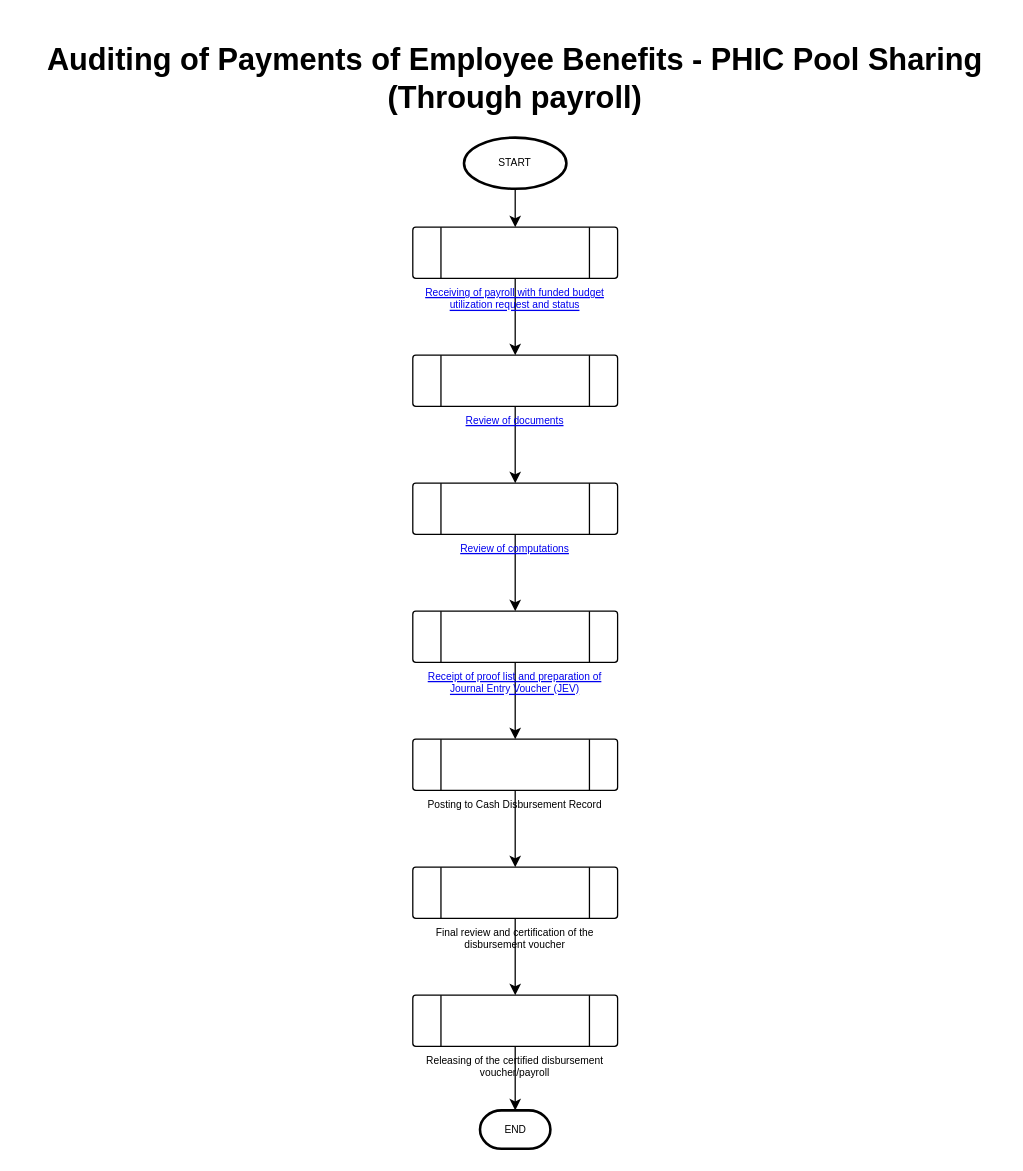
The draw.io diagram page 1 of 5 of Auditing of Payments of Employee Benefits - PHIC Pool Sharing (Through payroll).drawio in johnpaul4474/FMO-accounting, before the edit. Source tidied: cells renumbered, new cells numbered last; positions are measured from the earlier drawing's top-left corner, leaving out a move shared by most shapes. Both pictures are drawn from the tidied source at 128%, with x=0, y=0 at pixel (28, 35).
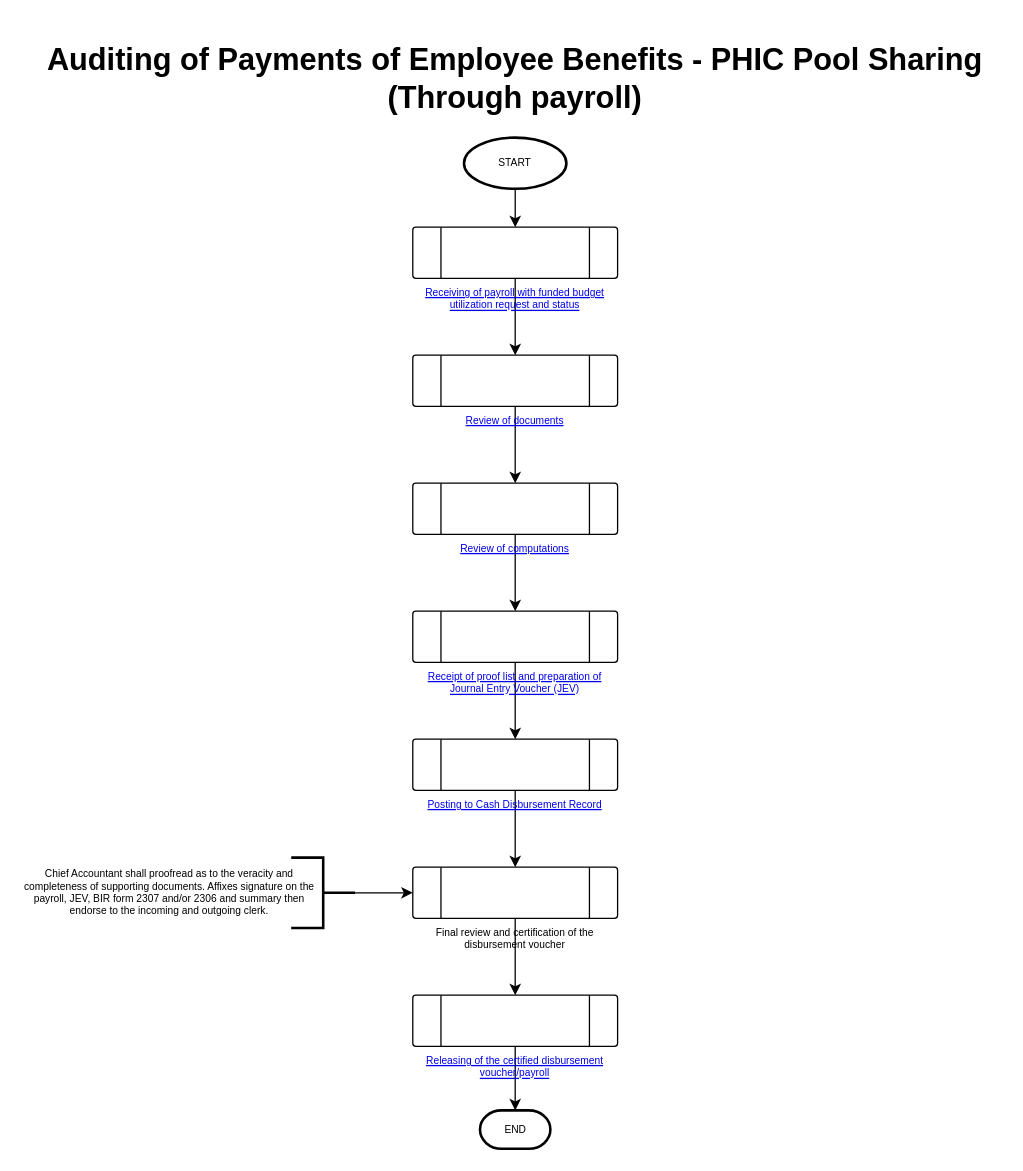
After the change.

The change refers to these unchanged cells:
```xml
<mxCell id="14" value="Final review and certification of the disbursement voucher" style="verticalLabelPosition=bottom;verticalAlign=top;html=1;shape=process;whiteSpace=wrap;rounded=1;size=0.14;arcSize=6;fontSize=8;" parent="1" vertex="1">
  <mxGeometry x="300" y="650" width="160" height="40" as="geometry" />
</mxCell>
```

Diff of the diagram source:
```diff
@@
-    <mxCell id="12" value="Posting to Cash Disbursement Record" style="verticalLabelPosition=bottom;verticalAlign=top;html=1;shape=process;whiteSpace=wrap;rounded=1;size=0.14;arcSize=6;fontSize=8;" parent="1" vertex="1">
+    <mxCell id="12" value="&lt;a href=&quot;https://viewer.diagrams.net/?tags=%7B%7D&amp;amp;highlight=0000ff&amp;amp;edit=_blank&amp;amp;layers=1&amp;amp;nav=1&amp;amp;page-id=uKNMfMnH9xhCLVrgpKE4&amp;amp;title=Accounting%20Service%20Control%20Procedure.drawio.html#Uhttps%3A%2F%2Fraw.githubusercontent.com%2Fjohnpaul4474%2FFMO-accounting%2Fmain%2FAccounting%2520Service%2520Control%2520Procedure.drawio.html&quot;&gt;Posting to Cash Disbursement Record&lt;/a&gt;" style="verticalLabelPosition=bottom;verticalAlign=top;html=1;shape=process;whiteSpace=wrap;rounded=1;size=0.14;arcSize=6;fontSize=8;" parent="1" vertex="1">
       <mxGeometry x="300" y="550" width="160" height="40" as="geometry" />
     </mxCell>
@@
-    <mxCell id="16" value="Releasing of the certified disbursement voucher/payroll" style="verticalLabelPosition=bottom;verticalAlign=top;html=1;shape=process;whiteSpace=wrap;rounded=1;size=0.14;arcSize=6;fontSize=8;" parent="1" vertex="1">
+    <mxCell id="16" value="&lt;a href=&quot;https://viewer.diagrams.net/?tags=%7B%7D&amp;amp;highlight=0000ff&amp;amp;edit=_blank&amp;amp;layers=1&amp;amp;nav=1&amp;amp;page-id=kafvqBs8dUxxYr6IVNSI&amp;amp;title=Accounting%20Service%20Control%20Procedure.drawio.html#Uhttps%3A%2F%2Fraw.githubusercontent.com%2Fjohnpaul4474%2FFMO-accounting%2Fmain%2FAccounting%2520Service%2520Control%2520Procedure.drawio.html&quot;&gt;Releasing of the certified disbursement voucher/payroll&lt;/a&gt;" style="verticalLabelPosition=bottom;verticalAlign=top;html=1;shape=process;whiteSpace=wrap;rounded=1;size=0.14;arcSize=6;fontSize=8;" parent="1" vertex="1">
       <mxGeometry x="300" y="750" width="160" height="40" as="geometry" />
     </mxCell>
@@
+    <mxCell id="20" style="edgeStyle=orthogonalEdgeStyle;rounded=0;jettySize=auto;html=1;fontSize=8;" parent="1" edge="1" source="21" target="14">
+      <mxGeometry relative="1" as="geometry" />
+    </mxCell>
+    <mxCell id="21" style="strokeWidth=2;html=1;shape=mxgraph.flowchart.annotation_2;align=left;labelPosition=right;fontSize=8;direction=west;" parent="1" vertex="1">
+      <mxGeometry x="205" y="642.5" width="50" height="55" as="geometry" />
+    </mxCell>
+    <mxCell id="22" value="Chief Accountant shall proofread as to the veracity and completeness of supporting documents. Affixes signature on the payroll, JEV, BIR form 2307 and/or 2306 and summary then endorse to the incoming and outgoing clerk." style="text;html=1;strokeColor=none;fillColor=none;align=center;verticalAlign=middle;whiteSpace=wrap;rounded=0;fontSize=8;" parent="1" vertex="1">
+      <mxGeometry x="-5" y="647.5" width="230" height="45" as="geometry" />
+    </mxCell>
```
